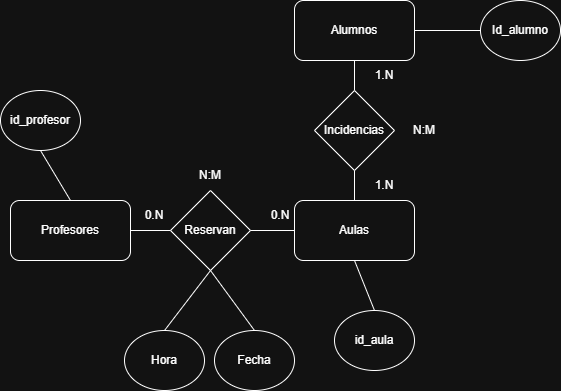
This is ERaulaInformatica.drawio.png from NeuMaria/jimenoskills, a draw.io export, as it was before one commit. Source tidied: cells renumbered, new cells last; positions are measured from the earlier drawing's top-left corner, leaving out a move shared by most shapes.
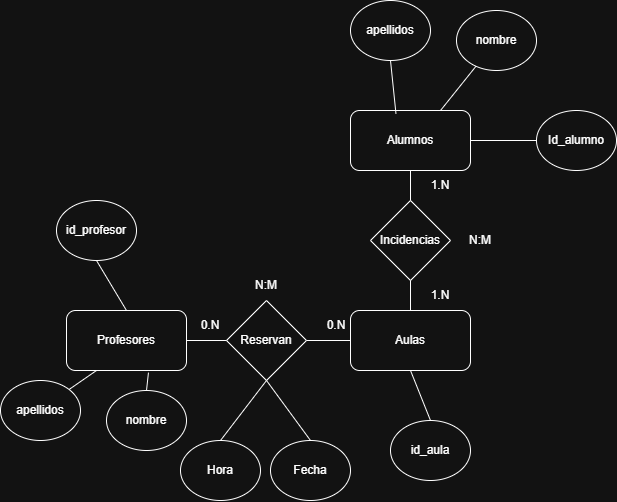
After the commit.

What changed in the source:
```diff
@@ -77,5 +77,29 @@
     <mxCell id="26" value="N:M" style="text;html=1;whiteSpace=wrap;strokeColor=none;fillColor=none;align=center;verticalAlign=middle;rounded=0;" parent="1" vertex="1">
       <mxGeometry x="394" y="115" width="60" height="30" as="geometry" />
     </mxCell>
+    <mxCell id="27" value="nombre" style="ellipse;whiteSpace=wrap;html=1;" parent="1" vertex="1">
+      <mxGeometry x="400" y="-100" width="80" height="60" as="geometry" />
+    </mxCell>
+    <mxCell id="28" value="a&lt;span style=&quot;background-color: transparent; color: light-dark(rgb(0, 0, 0), rgb(255, 255, 255));&quot;&gt;pellidos&lt;/span&gt;" style="ellipse;whiteSpace=wrap;html=1;" parent="1" vertex="1">
+      <mxGeometry x="294" y="-110" width="80" height="60" as="geometry" />
+    </mxCell>
+    <mxCell id="29" value="nombre" style="ellipse;whiteSpace=wrap;html=1;" parent="1" vertex="1">
+      <mxGeometry x="50" y="280" width="80" height="60" as="geometry" />
+    </mxCell>
+    <mxCell id="30" value="a&lt;span style=&quot;background-color: transparent; color: light-dark(rgb(0, 0, 0), rgb(255, 255, 255));&quot;&gt;pellidos&lt;/span&gt;" style="ellipse;whiteSpace=wrap;html=1;" parent="1" vertex="1">
+      <mxGeometry x="-56" y="270" width="80" height="60" as="geometry" />
+    </mxCell>
+    <mxCell id="31" style="endArrow=none;html=1;rounded=0;exitX=0.5;exitY=0;exitDx=0;exitDy=0;entryX=0.683;entryY=1.035;entryDx=0;entryDy=0;entryPerimeter=0;" parent="1" edge="1" source="29" target="2">
+      <mxGeometry relative="1" as="geometry" />
+    </mxCell>
+    <mxCell id="32" style="endArrow=none;html=1;rounded=0;exitX=1;exitY=0;exitDx=0;exitDy=0;entryX=0.25;entryY=1;entryDx=0;entryDy=0;" parent="1" edge="1" source="30" target="2">
+      <mxGeometry relative="1" as="geometry" />
+    </mxCell>
+    <mxCell id="33" style="endArrow=none;html=1;rounded=0;exitX=0.379;exitY=0.055;exitDx=0;exitDy=0;entryX=0.5;entryY=1;entryDx=0;entryDy=0;exitPerimeter=0;" parent="1" edge="1" source="4" target="28">
+      <mxGeometry relative="1" as="geometry" />
+    </mxCell>
+    <mxCell id="34" style="endArrow=none;html=1;rounded=0;exitX=0.75;exitY=0;exitDx=0;exitDy=0;" parent="1" edge="1" source="4" target="27">
+      <mxGeometry relative="1" as="geometry" />
+    </mxCell>
   </root>
 </mxGraphModel>
```
